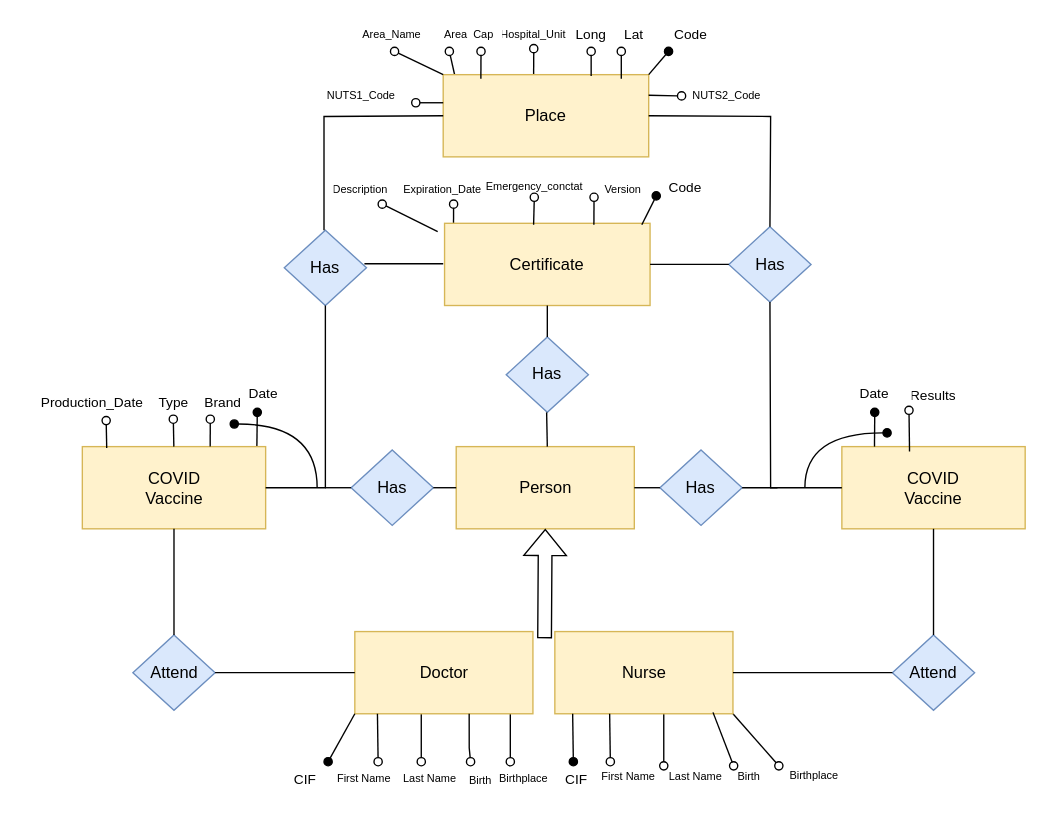
Earlier version of the draw.io diagram 02/Mongodb_ER_diagram.drawio (pollomarzo/SAMBUD_proj). Source tidied: cells renumbered, new cells numbered last; positions are measured from the earlier drawing's top-left corner, leaving out a move shared by most shapes. Both pictures are drawn from the tidied source at 137%, with x=0, y=0 at pixel (23, 23).
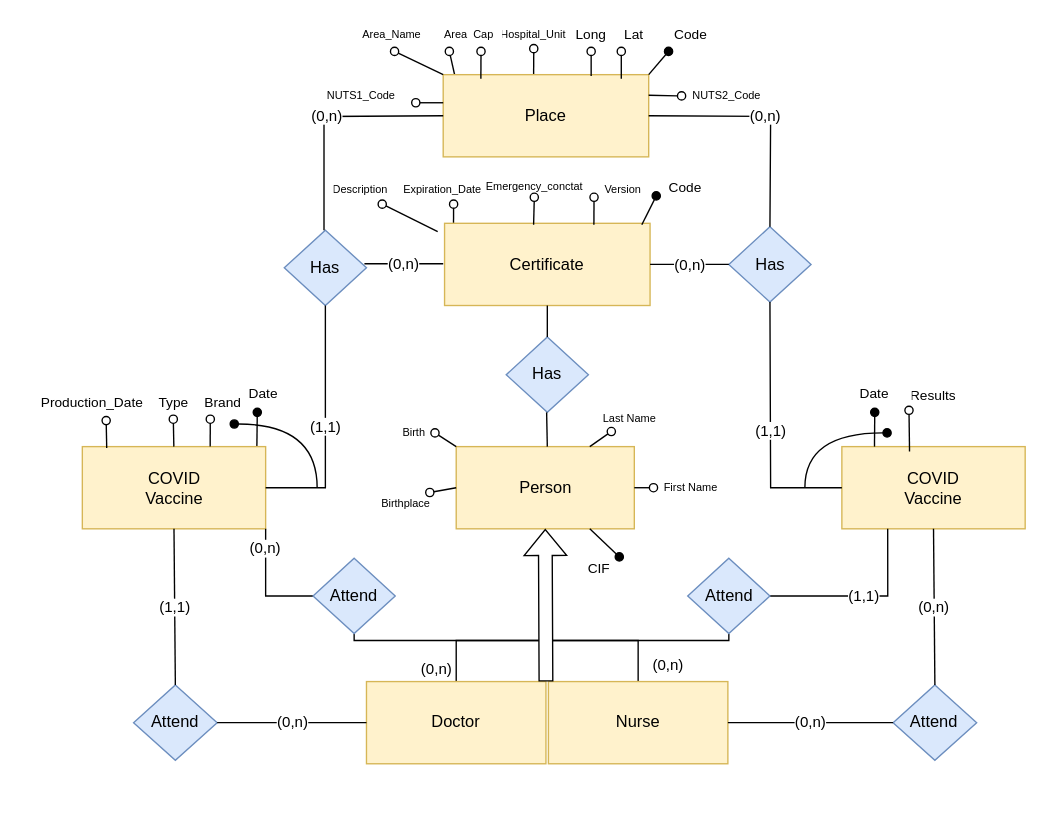
After the change.

The change refers to these unchanged cells:
```xml
<mxCell id="2" value="Person" style="rounded=0;whiteSpace=wrap;html=1;fillColor=#fff2cc;strokeColor=#d6b656;" parent="1" vertex="1">
  <mxGeometry x="315.5" y="308.5" width="130" height="60" as="geometry" />
</mxCell>
<mxCell id="5" value="Place" style="rounded=0;whiteSpace=wrap;html=1;fillColor=#fff2cc;strokeColor=#d6b656;" parent="1" vertex="1">
  <mxGeometry x="306" y="37" width="150" height="60" as="geometry" />
</mxCell>
<mxCell id="48" value="Certificate" style="rounded=0;whiteSpace=wrap;html=1;fillColor=#fff2cc;strokeColor=#d6b656;" parent="1" vertex="1">
  <mxGeometry x="307" y="145.5" width="150" height="60" as="geometry" />
</mxCell>
<mxCell id="60" value="COVID&lt;br&gt;Vaccine" style="rounded=0;whiteSpace=wrap;html=1;fillColor=#fff2cc;strokeColor=#d6b656;" parent="1" vertex="1">
  <mxGeometry x="42.6" y="308.5" width="133.8" height="60" as="geometry" />
</mxCell>
<mxCell id="62" value="COVID&lt;br&gt;Vaccine" style="rounded=0;whiteSpace=wrap;html=1;fillColor=#fff2cc;strokeColor=#d6b656;" parent="1" vertex="1">
  <mxGeometry x="597" y="308.5" width="133.8" height="60" as="geometry" />
</mxCell>
<mxCell id="75" value="Has" style="rhombus;whiteSpace=wrap;html=1;fillColor=#dae8fc;strokeColor=#6c8ebf;" parent="1" vertex="1">
  <mxGeometry x="514.5" y="148" width="60" height="55" as="geometry" />
</mxCell>
<mxCell id="76" value="Has" style="rhombus;whiteSpace=wrap;html=1;fillColor=#dae8fc;strokeColor=#6c8ebf;" parent="1" vertex="1">
  <mxGeometry x="190" y="150.5" width="60" height="55" as="geometry" />
</mxCell>
```

Diff of the diagram source:
```diff
@@
-    <mxCell id="24" style="shape=flexArrow;endArrow=classic;html=1;rounded=0;entryX=0.5;entryY=1;entryDx=0;entryDy=0;" parent="1" edge="1" target="2">
-      <mxGeometry relative="1" as="geometry">
-        <mxPoint x="380" y="448.5" as="sourcePoint" />
-      </mxGeometry>
-    </mxCell>
-    <mxCell id="25" style="edgeStyle=none;rounded=0;orthogonalLoop=1;jettySize=auto;html=1;fontSize=10;startArrow=none;startFill=0;endArrow=oval;endFill=0;" parent="1" edge="1">
-      <mxGeometry relative="1" as="geometry">
-        <mxPoint x="290" y="498.5" as="sourcePoint" />
-        <mxPoint x="290" y="538.5" as="targetPoint" />
-      </mxGeometry>
-    </mxCell>
-    <mxCell id="26" style="rounded=0;jettySize=auto;html=1;exitX=0.873;exitY=1;exitDx=0;exitDy=0;endArrow=oval;endFill=0;exitPerimeter=0;" parent="1" edge="1" source="27">
-      <mxGeometry relative="1" as="geometry">
-        <mxPoint x="355" y="538.5" as="targetPoint" />
-      </mxGeometry>
-    </mxCell>
+    <mxCell id="95" value="(0,n)" style="edgeStyle=orthogonalEdgeStyle;rounded=0;jettySize=auto;html=1;exitX=0.5;exitY=0;exitDx=0;exitDy=0;entryX=0.5;entryY=1;entryDx=0;entryDy=0;endArrow=none;endFill=0;" parent="1" edge="1" source="27" target="92">
+      <mxGeometry x="-0.92" y="16" relative="1" as="geometry">
+        <Array as="points">
+          <mxPoint x="316" y="450" />
+          <mxPoint x="515" y="450" />
+        </Array>
+        <mxPoint x="1" as="offset" />
+      </mxGeometry>
+    </mxCell>
     <mxCell id="27" value="Doctor" style="rounded=0;whiteSpace=wrap;html=1;fillColor=#fff2cc;strokeColor=#d6b656;" parent="1" vertex="1">
-      <mxGeometry x="241.5" y="443.5" width="130" height="60" as="geometry" />
+      <mxGeometry x="250" y="480" width="131" height="60" as="geometry" />
     </mxCell>
-    <mxCell id="28" style="endArrow=oval;html=1;rounded=0;endFill=1;exitX=0;exitY=1;exitDx=0;exitDy=0;" parent="1" edge="1" source="27">
-      <mxGeometry relative="1" as="geometry">
-        <mxPoint x="222" y="538.5" as="targetPoint" />
-      </mxGeometry>
-    </mxCell>
-    <mxCell id="29" value="CIF" style="text;strokeColor=none;fillColor=none;align=center;verticalAlign=middle;spacingLeft=4;spacingRight=4;overflow=hidden;fontSize=10;" parent="1" vertex="1">
-      <mxGeometry x="180.5" y="543.5" width="50" height="15" as="geometry" />
-    </mxCell>
-    <mxCell id="30" value="Birth" style="text;strokeColor=none;fillColor=none;align=center;verticalAlign=middle;spacingLeft=4;spacingRight=4;overflow=hidden;fontSize=8;" parent="1" vertex="1">
-      <mxGeometry x="318.5" y="542.5" width="30" height="20" as="geometry" />
-    </mxCell>
-    <mxCell id="31" style="rounded=0;jettySize=auto;html=1;exitX=0.642;exitY=1;exitDx=0;exitDy=0;endArrow=oval;endFill=0;entryX=1.046;entryY=-0.158;entryDx=0;entryDy=0;entryPerimeter=0;exitPerimeter=0;" parent="1" edge="1" source="27" target="33">
-      <mxGeometry relative="1" as="geometry">
-        <Array as="points">
-          <mxPoint x="325" y="528.5" />
-        </Array>
-      </mxGeometry>
-    </mxCell>
-    <mxCell id="32" value="First Name" style="text;strokeColor=none;fillColor=none;align=center;verticalAlign=middle;spacingLeft=4;spacingRight=4;overflow=hidden;fontSize=8;" parent="1" vertex="1">
-      <mxGeometry x="221.5" y="541.5" width="54" height="19" as="geometry" />
-    </mxCell>
-    <mxCell id="33" value="Last Name" style="text;strokeColor=none;fillColor=none;align=center;verticalAlign=middle;spacingLeft=4;spacingRight=4;overflow=hidden;points=[[0,0.5],[1,0.5]];portConstraint=eastwest;fontSize=8;" parent="1" vertex="1">
-      <mxGeometry x="269.5" y="541.5" width="54" height="19" as="geometry" />
-    </mxCell>
-    <mxCell id="34" style="edgeStyle=none;rounded=0;orthogonalLoop=1;jettySize=auto;html=1;exitX=0.25;exitY=1;exitDx=0;exitDy=0;fontSize=10;startArrow=none;startFill=0;endArrow=oval;endFill=0;" parent="1" edge="1">
-      <mxGeometry relative="1" as="geometry">
-        <mxPoint x="258" y="503.5" as="sourcePoint" />
-        <mxPoint x="258.5" y="538.5" as="targetPoint" />
-      </mxGeometry>
-    </mxCell>
-    <mxCell id="35" value="Birthplace" style="text;strokeColor=none;fillColor=none;align=center;verticalAlign=middle;spacingLeft=4;spacingRight=4;overflow=hidden;fontSize=8;" parent="1" vertex="1">
-      <mxGeometry x="338.5" y="541" width="53" height="20" as="geometry" />
-    </mxCell>
-    <mxCell id="36" style="edgeStyle=none;rounded=0;orthogonalLoop=1;jettySize=auto;html=1;fontSize=10;startArrow=none;startFill=0;endArrow=oval;endFill=0;" parent="1" edge="1">
-      <mxGeometry relative="1" as="geometry">
-        <mxPoint x="467" y="501.5" as="sourcePoint" />
-        <mxPoint x="467" y="541.5" as="targetPoint" />
-      </mxGeometry>
-    </mxCell>
-    <mxCell id="37" style="rounded=0;jettySize=auto;html=1;exitX=1;exitY=1;exitDx=0;exitDy=0;endArrow=oval;endFill=0;" parent="1" edge="1" source="38">
-      <mxGeometry relative="1" as="geometry">
-        <mxPoint x="551" y="541.5" as="targetPoint" />
-      </mxGeometry>
-    </mxCell>
+    <mxCell id="96" value="(0,n)" style="edgeStyle=orthogonalEdgeStyle;rounded=0;jettySize=auto;html=1;exitX=0.5;exitY=0;exitDx=0;exitDy=0;entryX=0.5;entryY=1;entryDx=0;entryDy=0;endArrow=none;endFill=0;" parent="1" edge="1" source="38" target="89">
+      <mxGeometry x="-0.9" y="-22" relative="1" as="geometry">
+        <Array as="points">
+          <mxPoint x="448" y="450" />
+          <mxPoint x="241" y="450" />
+        </Array>
+      </mxGeometry>
+    </mxCell>
     <mxCell id="38" value="Nurse" style="rounded=0;whiteSpace=wrap;html=1;fillColor=#fff2cc;strokeColor=#d6b656;" parent="1" vertex="1">
-      <mxGeometry x="387.5" y="443.5" width="130" height="60" as="geometry" />
+      <mxGeometry x="382.8" y="480" width="131" height="60" as="geometry" />
     </mxCell>
-    <mxCell id="39" style="endArrow=oval;html=1;rounded=0;endFill=1;exitX=0.156;exitY=0;exitDx=0;exitDy=0;exitPerimeter=0;" parent="1" edge="1">
-      <mxGeometry relative="1" as="geometry">
-        <mxPoint x="400.5" y="503.5" as="sourcePoint" />
-        <mxPoint x="401" y="538.5" as="targetPoint" />
-      </mxGeometry>
-    </mxCell>
-    <mxCell id="40" value="CIF" style="text;strokeColor=none;fillColor=none;align=center;verticalAlign=middle;spacingLeft=4;spacingRight=4;overflow=hidden;fontSize=10;" parent="1" vertex="1">
-      <mxGeometry x="378.5" y="543.5" width="50" height="15" as="geometry" />
-    </mxCell>
-    <mxCell id="41" value="Birth" style="text;strokeColor=none;fillColor=none;align=center;verticalAlign=middle;spacingLeft=4;spacingRight=4;overflow=hidden;fontSize=8;" parent="1" vertex="1">
-      <mxGeometry x="514.5" y="539.5" width="30" height="20" as="geometry" />
-    </mxCell>
-    <mxCell id="42" style="rounded=0;jettySize=auto;html=1;endArrow=oval;endFill=0;exitX=0.888;exitY=0.983;exitDx=0;exitDy=0;exitPerimeter=0;" parent="1" edge="1" source="38">
-      <mxGeometry relative="1" as="geometry">
-        <mxPoint x="518" y="541.5" as="targetPoint" />
-      </mxGeometry>
-    </mxCell>
-    <mxCell id="43" value="First Name" style="text;strokeColor=none;fillColor=none;align=center;verticalAlign=middle;spacingLeft=4;spacingRight=4;overflow=hidden;fontSize=8;" parent="1" vertex="1">
-      <mxGeometry x="414.5" y="539.5" width="54" height="19" as="geometry" />
-    </mxCell>
-    <mxCell id="44" value="Last Name" style="text;strokeColor=none;fillColor=none;align=center;verticalAlign=middle;spacingLeft=4;spacingRight=4;overflow=hidden;fontSize=8;" parent="1" vertex="1">
-      <mxGeometry x="463.5" y="539.5" width="54" height="19" as="geometry" />
-    </mxCell>
-    <mxCell id="45" style="edgeStyle=none;rounded=0;orthogonalLoop=1;jettySize=auto;html=1;exitX=0.25;exitY=1;exitDx=0;exitDy=0;fontSize=10;startArrow=none;startFill=0;endArrow=oval;endFill=0;" parent="1" edge="1">
-      <mxGeometry relative="1" as="geometry">
-        <mxPoint x="427.5" y="503.5" as="sourcePoint" />
-        <mxPoint x="428" y="538.5" as="targetPoint" />
-      </mxGeometry>
-    </mxCell>
-    <mxCell id="46" value="Birthplace" style="text;strokeColor=none;fillColor=none;align=center;verticalAlign=middle;spacingLeft=4;spacingRight=4;overflow=hidden;fontSize=8;" parent="1" vertex="1">
-      <mxGeometry x="550.5" y="538.5" width="53" height="20" as="geometry" />
-    </mxCell>
@@
-    <mxCell id="77" style="endArrow=none;html=1;rounded=0;entryX=1;entryY=0.5;entryDx=0;entryDy=0;exitX=0;exitY=0.5;exitDx=0;exitDy=0;" parent="1" edge="1" source="75" target="48">
+    <mxCell id="77" value="(0,n)" style="endArrow=none;html=1;rounded=0;entryX=1;entryY=0.5;entryDx=0;entryDy=0;exitX=0;exitY=0.5;exitDx=0;exitDy=0;" parent="1" edge="1" source="75" target="48">
       <mxGeometry relative="1" as="geometry" />
     </mxCell>
-    <mxCell id="78" style="endArrow=none;html=1;rounded=0;entryX=1;entryY=0.5;entryDx=0;entryDy=0;exitX=0;exitY=0.5;exitDx=0;exitDy=0;" parent="1" edge="1">
+    <mxCell id="78" value="(0,n)" style="endArrow=none;html=1;rounded=0;entryX=1;entryY=0.5;entryDx=0;entryDy=0;exitX=0;exitY=0.5;exitDx=0;exitDy=0;" parent="1" edge="1">
       <mxGeometry relative="1" as="geometry">
         <mxPoint x="306" y="175" as="sourcePoint" />
         <mxPoint x="248.5" y="175" as="targetPoint" />
       </mxGeometry>
     </mxCell>
-    <mxCell id="79" style="endArrow=none;html=1;rounded=0;exitX=1;exitY=0.5;exitDx=0;exitDy=0;entryX=0.5;entryY=0;entryDx=0;entryDy=0;" parent="1" edge="1" source="5" target="75">
+    <mxCell id="79" value="(0,n)" style="endArrow=none;html=1;rounded=0;exitX=1;exitY=0.5;exitDx=0;exitDy=0;entryX=0.5;entryY=0;entryDx=0;entryDy=0;" parent="1" edge="1" source="5" target="75">
       <mxGeometry relative="1" as="geometry">
         <Array as="points">
           <mxPoint x="545" y="67.5" />
         </Array>
       </mxGeometry>
     </mxCell>
-    <mxCell id="80" style="endArrow=none;html=1;rounded=0;exitX=0;exitY=0.5;exitDx=0;exitDy=0;" parent="1" edge="1" source="5">
+    <mxCell id="80" value="(0,n)" style="endArrow=none;html=1;rounded=0;exitX=0;exitY=0.5;exitDx=0;exitDy=0;" parent="1" edge="1" source="5">
       <mxGeometry relative="1" as="geometry">
         <mxPoint x="219" y="150.5" as="targetPoint" />
         <Array as="points">
           <mxPoint x="219" y="67.5" />
         </Array>
       </mxGeometry>
     </mxCell>
-    <mxCell id="81" style="endArrow=none;html=1;rounded=0;entryX=0.5;entryY=1;entryDx=0;entryDy=0;exitX=1;exitY=0.5;exitDx=0;exitDy=0;" parent="1" edge="1" source="60" target="76">
+    <mxCell id="81" value="(1,1)" style="endArrow=none;html=1;rounded=0;entryX=0.5;entryY=1;entryDx=0;entryDy=0;exitX=1;exitY=0.5;exitDx=0;exitDy=0;" parent="1" edge="1" source="60" target="76">
       <mxGeometry relative="1" as="geometry">
         <Array as="points">
           <mxPoint x="220" y="338.5" />
         </Array>
       </mxGeometry>
     </mxCell>
-    <mxCell id="82" style="endArrow=none;html=1;rounded=0;entryX=0.5;entryY=1;entryDx=0;entryDy=0;exitX=0;exitY=0.5;exitDx=0;exitDy=0;" parent="1" edge="1" source="62" target="75">
+    <mxCell id="82" value="(1,1)" style="endArrow=none;html=1;rounded=0;entryX=0.5;entryY=1;entryDx=0;entryDy=0;exitX=0;exitY=0.5;exitDx=0;exitDy=0;" parent="1" edge="1" source="62" target="75">
       <mxGeometry relative="1" as="geometry">
         <Array as="points">
           <mxPoint x="545" y="338.5" />
         </Array>
       </mxGeometry>
     </mxCell>
     <mxCell id="83" value="Attend" style="rhombus;whiteSpace=wrap;html=1;fillColor=#dae8fc;strokeColor=#6c8ebf;" parent="1" vertex="1">
-      <mxGeometry x="633.9" y="446" width="60" height="55" as="geometry" />
+      <mxGeometry x="634.4" y="482.5" width="61" height="55" as="geometry" />
     </mxCell>
     <mxCell id="84" value="Attend" style="rhombus;whiteSpace=wrap;html=1;fillColor=#dae8fc;strokeColor=#6c8ebf;" parent="1" vertex="1">
-      <mxGeometry x="79.5" y="446" width="60" height="55" as="geometry" />
+      <mxGeometry x="80" y="482.5" width="61" height="55" as="geometry" />
     </mxCell>
-    <mxCell id="85" style="endArrow=none;html=1;rounded=0;entryX=0.5;entryY=1;entryDx=0;entryDy=0;exitX=0.5;exitY=0;exitDx=0;exitDy=0;" parent="1" edge="1" source="83" target="62">
+    <mxCell id="85" value="(0,n)" style="endArrow=none;html=1;rounded=0;entryX=0.5;entryY=1;entryDx=0;entryDy=0;exitX=0.5;exitY=0;exitDx=0;exitDy=0;" parent="1" edge="1" source="83" target="62">
       <mxGeometry relative="1" as="geometry" />
     </mxCell>
-    <mxCell id="86" style="endArrow=none;html=1;rounded=0;entryX=0.5;entryY=1;entryDx=0;entryDy=0;exitX=0.5;exitY=0;exitDx=0;exitDy=0;" parent="1" edge="1" source="84" target="60">
+    <mxCell id="86" value="(1,1)" style="endArrow=none;html=1;rounded=0;entryX=0.5;entryY=1;entryDx=0;entryDy=0;exitX=0.5;exitY=0;exitDx=0;exitDy=0;" parent="1" edge="1" source="84" target="60">
       <mxGeometry relative="1" as="geometry" />
     </mxCell>
-    <mxCell id="87" style="endArrow=none;html=1;rounded=0;exitX=1;exitY=0.5;exitDx=0;exitDy=0;entryX=0;entryY=0.5;entryDx=0;entryDy=0;" parent="1" edge="1" source="84" target="27">
+    <mxCell id="87" value="(0,n)" style="endArrow=none;html=1;rounded=0;exitX=1;exitY=0.5;exitDx=0;exitDy=0;entryX=0;entryY=0.5;entryDx=0;entryDy=0;" parent="1" edge="1" source="84" target="27">
       <mxGeometry relative="1" as="geometry" />
     </mxCell>
-    <mxCell id="88" style="endArrow=none;html=1;rounded=0;exitX=1;exitY=0.5;exitDx=0;exitDy=0;entryX=0;entryY=0.5;entryDx=0;entryDy=0;" parent="1" edge="1" source="38" target="83">
+    <mxCell id="88" value="(0,n)" style="endArrow=none;html=1;rounded=0;exitX=1;exitY=0.5;exitDx=0;exitDy=0;entryX=0;entryY=0.5;entryDx=0;entryDy=0;" parent="1" edge="1" source="38" target="83">
       <mxGeometry relative="1" as="geometry" />
     </mxCell>
+    <mxCell id="97" value="(0,n)" style="edgeStyle=orthogonalEdgeStyle;rounded=0;jettySize=auto;html=1;exitX=0;exitY=0.5;exitDx=0;exitDy=0;entryX=1;entryY=1;entryDx=0;entryDy=0;endArrow=none;endFill=0;" parent="1" edge="1" source="89" target="60">
+      <mxGeometry x="0.64" relative="1" as="geometry" />
+    </mxCell>
-    <mxCell id="89" value="Has" style="rhombus;whiteSpace=wrap;html=1;fillColor=#dae8fc;strokeColor=#6c8ebf;" parent="1" vertex="1">
-      <mxGeometry x="238.8" y="311" width="60" height="55" as="geometry" />
+    <mxCell id="89" value="Attend" style="rhombus;whiteSpace=wrap;html=1;fillColor=#dae8fc;strokeColor=#6c8ebf;" parent="1" vertex="1">
+      <mxGeometry x="211" y="390" width="60" height="55" as="geometry" />
     </mxCell>
-    <mxCell id="90" style="endArrow=none;html=1;rounded=0;" parent="1" edge="1" source="89">
-      <mxGeometry relative="1" as="geometry">
-        <mxPoint x="220" y="338.5" as="targetPoint" />
-      </mxGeometry>
-    </mxCell>
-    <mxCell id="91" style="endArrow=none;html=1;rounded=0;entryX=1;entryY=0.5;entryDx=0;entryDy=0;exitX=0;exitY=0.5;exitDx=0;exitDy=0;" parent="1" edge="1" source="2" target="89">
-      <mxGeometry relative="1" as="geometry" />
-    </mxCell>
+    <mxCell id="98" value="(1,1)" style="edgeStyle=orthogonalEdgeStyle;rounded=0;jettySize=auto;html=1;exitX=1;exitY=0.5;exitDx=0;exitDy=0;entryX=0.25;entryY=1;entryDx=0;entryDy=0;endArrow=none;endFill=0;" parent="1" edge="1" source="92" target="62">
+      <mxGeometry relative="1" as="geometry" />
+    </mxCell>
-    <mxCell id="92" value="Has" style="rhombus;whiteSpace=wrap;html=1;fillColor=#dae8fc;strokeColor=#6c8ebf;" parent="1" vertex="1">
-      <mxGeometry x="464.2" y="311" width="60" height="55" as="geometry" />
+    <mxCell id="92" value="Attend" style="rhombus;whiteSpace=wrap;html=1;fillColor=#dae8fc;strokeColor=#6c8ebf;" parent="1" vertex="1">
+      <mxGeometry x="484.5" y="390" width="60" height="55" as="geometry" />
     </mxCell>
-    <mxCell id="93" style="endArrow=none;html=1;rounded=0;" parent="1" edge="1" source="92">
-      <mxGeometry relative="1" as="geometry">
-        <mxPoint x="445.5" y="338.5" as="targetPoint" />
-      </mxGeometry>
-    </mxCell>
-    <mxCell id="94" style="endArrow=none;html=1;rounded=0;entryX=1;entryY=0.5;entryDx=0;entryDy=0;" parent="1" edge="1" target="92">
-      <mxGeometry relative="1" as="geometry">
-        <mxPoint x="550" y="338.5" as="sourcePoint" />
-      </mxGeometry>
-    </mxCell>
+    <mxCell id="24" style="shape=flexArrow;endArrow=classic;html=1;rounded=0;entryX=0.5;entryY=1;entryDx=0;entryDy=0;fillColor=default;" parent="1" edge="1" target="2">
+      <mxGeometry relative="1" as="geometry">
+        <mxPoint x="381" y="480" as="sourcePoint" />
+      </mxGeometry>
+    </mxCell>
+    <mxCell id="99" style="edgeStyle=none;rounded=0;jettySize=auto;html=1;fontSize=10;startArrow=none;startFill=0;endArrow=oval;endFill=0;exitX=0.75;exitY=0;exitDx=0;exitDy=0;" parent="1" edge="1" source="2" target="106">
+      <mxGeometry relative="1" as="geometry" />
+    </mxCell>
+    <mxCell id="100" style="rounded=0;jettySize=auto;html=1;exitX=0;exitY=0.5;exitDx=0;exitDy=0;endArrow=oval;endFill=0;entryX=0.819;entryY=0.1;entryDx=0;entryDy=0;entryPerimeter=0;" parent="1" edge="1" source="2" target="108">
+      <mxGeometry relative="1" as="geometry" />
+    </mxCell>
+    <mxCell id="101" style="endArrow=oval;html=1;rounded=0;endFill=1;exitX=0.75;exitY=1;exitDx=0;exitDy=0;entryX=0.785;entryY=-0.067;entryDx=0;entryDy=0;entryPerimeter=0;" parent="1" edge="1" source="2" target="102">
+      <mxGeometry relative="1" as="geometry" />
+    </mxCell>
+    <mxCell id="102" value="CIF" style="text;strokeColor=none;fillColor=none;align=center;verticalAlign=middle;spacingLeft=4;spacingRight=4;overflow=hidden;points=[[0,0.5],[1,0.5]];portConstraint=eastwest;fontSize=10;" parent="1" vertex="1">
+      <mxGeometry x="394.5" y="390" width="51" height="15" as="geometry" />
+    </mxCell>
+    <mxCell id="103" value="Birth" style="text;strokeColor=none;fillColor=none;align=center;verticalAlign=middle;spacingLeft=4;spacingRight=4;overflow=hidden;points=[[0,0.5],[1,0.5]];portConstraint=eastwest;fontSize=8;" parent="1" vertex="1">
+      <mxGeometry x="270" y="288.5" width="30" height="20" as="geometry" />
+    </mxCell>
+    <mxCell id="104" style="rounded=0;jettySize=auto;html=1;exitX=0;exitY=0;exitDx=0;exitDy=0;endArrow=oval;endFill=0;entryX=1;entryY=0.5;entryDx=0;entryDy=0;" parent="1" edge="1" source="2" target="103">
+      <mxGeometry relative="1" as="geometry" />
+    </mxCell>
+    <mxCell id="105" value="First Name" style="text;strokeColor=none;fillColor=none;align=center;verticalAlign=middle;spacingLeft=4;spacingRight=4;overflow=hidden;points=[[0,0.5],[1,0.5]];portConstraint=eastwest;fontSize=8;" parent="1" vertex="1">
+      <mxGeometry x="459.5" y="329" width="55" height="19" as="geometry" />
+    </mxCell>
+    <mxCell id="106" value="Last Name" style="text;strokeColor=none;fillColor=none;align=center;verticalAlign=middle;spacingLeft=4;spacingRight=4;overflow=hidden;points=[[0,0.5],[1,0.5]];portConstraint=eastwest;fontSize=8;" parent="1" vertex="1">
+      <mxGeometry x="414.8" y="278.5" width="55" height="19" as="geometry" />
+    </mxCell>
+    <mxCell id="107" style="edgeStyle=none;rounded=0;jettySize=auto;html=1;exitX=1;exitY=0.5;exitDx=0;exitDy=0;fontSize=10;startArrow=none;startFill=0;endArrow=oval;endFill=0;" parent="1" edge="1" source="2" target="105">
+      <mxGeometry relative="1" as="geometry" />
+    </mxCell>
+    <mxCell id="108" value="Birthplace" style="text;strokeColor=none;fillColor=none;align=center;verticalAlign=middle;spacingLeft=4;spacingRight=4;overflow=hidden;points=[[0,0.5],[1,0.5]];portConstraint=eastwest;fontSize=8;" parent="1" vertex="1">
+      <mxGeometry x="252" y="340" width="54" height="20" as="geometry" />
+    </mxCell>
```
